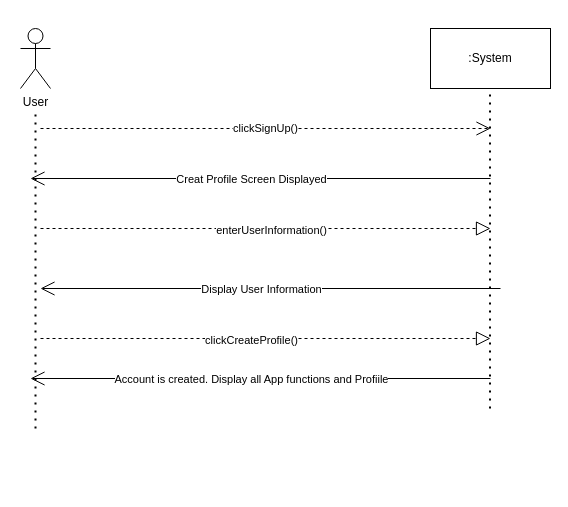
Esaied19/Team-Albatross keeps this draw.io diagram as SSD - Create Profile.drawio. Above is the earlier version. Source tidied: cells renumbered, new cells numbered last; positions are measured from the earlier drawing's top-left corner, leaving out a move shared by most shapes. Both pictures are drawn from the tidied source at 100%, with x=0, y=0 at pixel (20, 28).
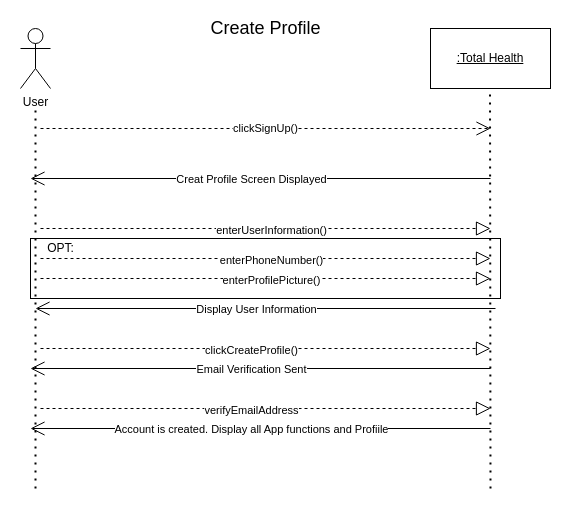
The same page after the edit.

Diff of the diagram source:
```diff
@@
+    <mxCell id="17" style="rounded=0;whiteSpace=wrap;html=1;fillColor=none;" parent="1" vertex="1">
+      <mxGeometry x="10" y="210" width="470" height="60" as="geometry" />
+    </mxCell>
@@
     <mxCell id="3" style="endArrow=none;dashed=1;html=1;dashPattern=1 3;strokeWidth=2;rounded=0;" parent="1" edge="1">
       <mxGeometry relative="1" as="geometry">
-        <mxPoint x="15" y="400" as="sourcePoint" />
+        <mxPoint x="15" y="460" as="sourcePoint" />
         <mxPoint x="15" y="80" as="targetPoint" />
       </mxGeometry>
     </mxCell>
-    <mxCell id="4" value=":System" style="rounded=0;whiteSpace=wrap;html=1;" parent="1" vertex="1">
+    <mxCell id="4" value="&lt;u&gt;:Total Health&lt;/u&gt;" style="rounded=0;whiteSpace=wrap;html=1;" parent="1" vertex="1">
       <mxGeometry x="410" width="120" height="60" as="geometry" />
     </mxCell>
     <mxCell id="5" style="endArrow=none;dashed=1;html=1;dashPattern=1 3;strokeWidth=2;rounded=0;" parent="1" edge="1">
       <mxGeometry relative="1" as="geometry">
-        <mxPoint x="469.5" y="380" as="sourcePoint" />
+        <mxPoint x="470" y="460" as="sourcePoint" />
         <mxPoint x="469.5" y="60" as="targetPoint" />
       </mxGeometry>
     </mxCell>
@@
     <mxCell id="11" style="endArrow=open;endFill=1;endSize=12;html=1;rounded=0;" parent="1" edge="1">
       <mxGeometry relative="1" as="geometry">
-        <mxPoint x="480" y="260" as="sourcePoint" />
-        <mxPoint x="20" y="260" as="targetPoint" />
+        <mxPoint x="475" y="280" as="sourcePoint" />
+        <mxPoint x="15" y="280" as="targetPoint" />
       </mxGeometry>
     </mxCell>
@@
     <mxCell id="13" style="endArrow=block;dashed=1;endFill=0;endSize=12;html=1;rounded=0;" parent="1" edge="1">
       <mxGeometry relative="1" as="geometry">
-        <mxPoint x="20" y="310" as="sourcePoint" />
-        <mxPoint x="470" y="310" as="targetPoint" />
+        <mxPoint x="20" y="320" as="sourcePoint" />
+        <mxPoint x="470" y="320" as="targetPoint" />
       </mxGeometry>
     </mxCell>
@@
     <mxCell id="15" style="endArrow=open;endFill=1;endSize=12;html=1;rounded=0;" parent="1" edge="1">
       <mxGeometry relative="1" as="geometry">
-        <mxPoint x="470" y="350" as="sourcePoint" />
-        <mxPoint x="10" y="350" as="targetPoint" />
+        <mxPoint x="470" y="400" as="sourcePoint" />
+        <mxPoint x="10" y="400" as="targetPoint" />
       </mxGeometry>
     </mxCell>
@@
+    <mxCell id="18" value="OPT:" style="text;html=1;align=center;verticalAlign=middle;fillColor=none;strokeColor=none;rounded=0;" parent="1" vertex="1">
+      <mxGeometry x="20" y="210" width="40" height="20" as="geometry" />
+    </mxCell>
+    <mxCell id="19" style="endArrow=block;dashed=1;endFill=0;endSize=12;html=1;rounded=0;" parent="1" edge="1">
+      <mxGeometry relative="1" as="geometry">
+        <mxPoint x="20" y="230" as="sourcePoint" />
+        <mxPoint x="470" y="230" as="targetPoint" />
+      </mxGeometry>
+    </mxCell>
+    <mxCell id="20" value="enterPhoneNumber()" style="edgeLabel;html=1;align=center;verticalAlign=middle;" parent="19" vertex="1">
+      <mxGeometry x="0.1" y="-1" relative="1" as="geometry">
+        <mxPoint x="-18" as="offset" />
+      </mxGeometry>
+    </mxCell>
+    <mxCell id="21" style="endArrow=block;dashed=1;endFill=0;endSize=12;html=1;rounded=0;" parent="1" edge="1">
+      <mxGeometry relative="1" as="geometry">
+        <mxPoint x="20" y="250" as="sourcePoint" />
+        <mxPoint x="470" y="250" as="targetPoint" />
+      </mxGeometry>
+    </mxCell>
+    <mxCell id="22" value="enterProfilePicture()" style="edgeLabel;html=1;align=center;verticalAlign=middle;" parent="21" vertex="1">
+      <mxGeometry x="0.1" y="-1" relative="1" as="geometry">
+        <mxPoint x="-18" as="offset" />
+      </mxGeometry>
+    </mxCell>
+    <mxCell id="23" style="endArrow=open;endFill=1;endSize=12;html=1;rounded=0;" parent="1" edge="1">
+      <mxGeometry relative="1" as="geometry">
+        <mxPoint x="470" y="340" as="sourcePoint" />
+        <mxPoint x="10" y="340" as="targetPoint" />
+      </mxGeometry>
+    </mxCell>
+    <mxCell id="24" value="Email Verification Sent" style="edgeLabel;html=1;align=center;verticalAlign=middle;" parent="23" vertex="1">
+      <mxGeometry x="0.13" relative="1" as="geometry">
+        <mxPoint x="20" as="offset" />
+      </mxGeometry>
+    </mxCell>
+    <mxCell id="25" style="endArrow=block;dashed=1;endFill=0;endSize=12;html=1;rounded=0;" parent="1" edge="1">
+      <mxGeometry relative="1" as="geometry">
+        <mxPoint x="20" y="380" as="sourcePoint" />
+        <mxPoint x="470" y="380" as="targetPoint" />
+      </mxGeometry>
+    </mxCell>
+    <mxCell id="26" value="verifyEmailAddress" style="edgeLabel;html=1;align=center;verticalAlign=middle;" parent="25" vertex="1">
+      <mxGeometry x="0.1" y="-1" relative="1" as="geometry">
+        <mxPoint x="-38" as="offset" />
+      </mxGeometry>
+    </mxCell>
+    <mxCell id="27" value="&lt;font style=&quot;font-size: 18px&quot;&gt;Create Profile&lt;/font&gt;" style="text;html=1;align=center;verticalAlign=middle;fillColor=none;strokeColor=none;rounded=0;" parent="1" vertex="1">
+      <mxGeometry x="180" y="-10" width="130" height="20" as="geometry" />
+    </mxCell>
```
